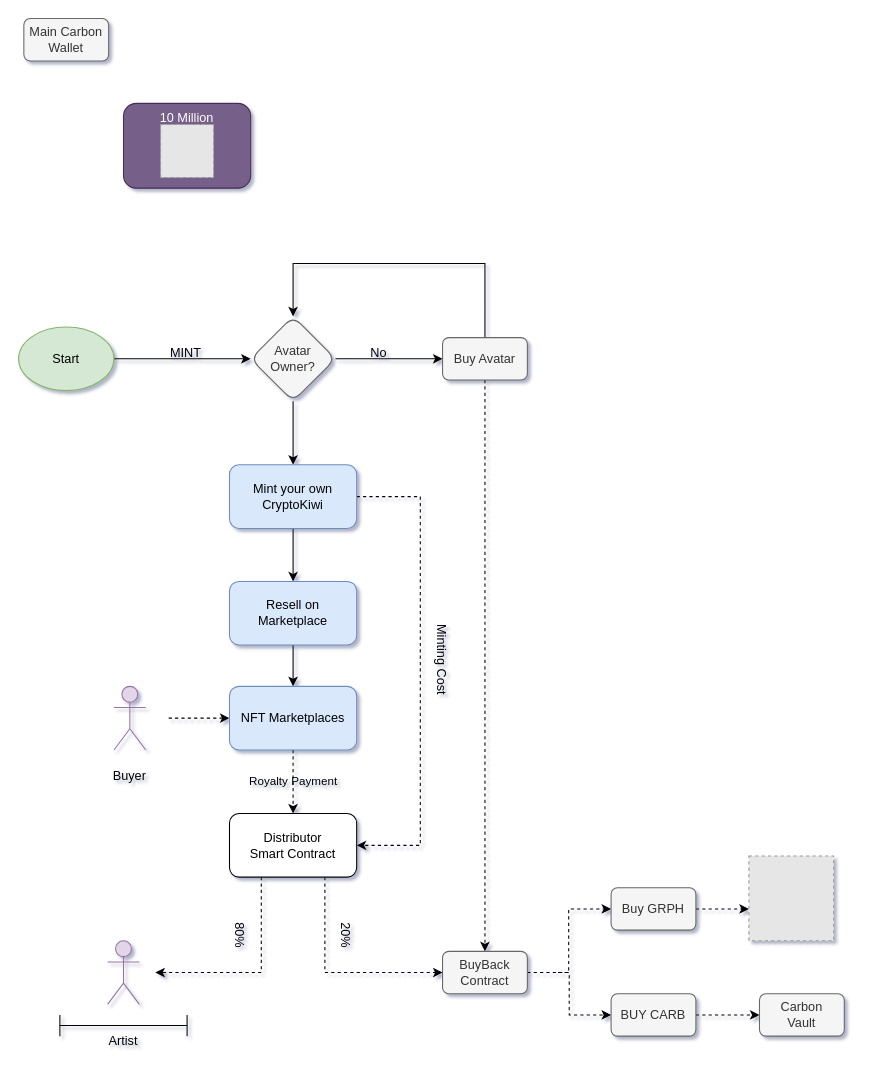
Carbon-Labs/Diagrams keeps this draw.io diagram as Deflation.drawio. Above is the earlier version. Source tidied: cells renumbered, new cells numbered last; positions are measured from the earlier drawing's top-left corner, leaving out a move shared by most shapes. Both pictures are drawn from the tidied source at 106%, with x=0, y=0 at pixel (18, 18). Pictures stored in the file or linked from it are replaced by grey dashed boxes.
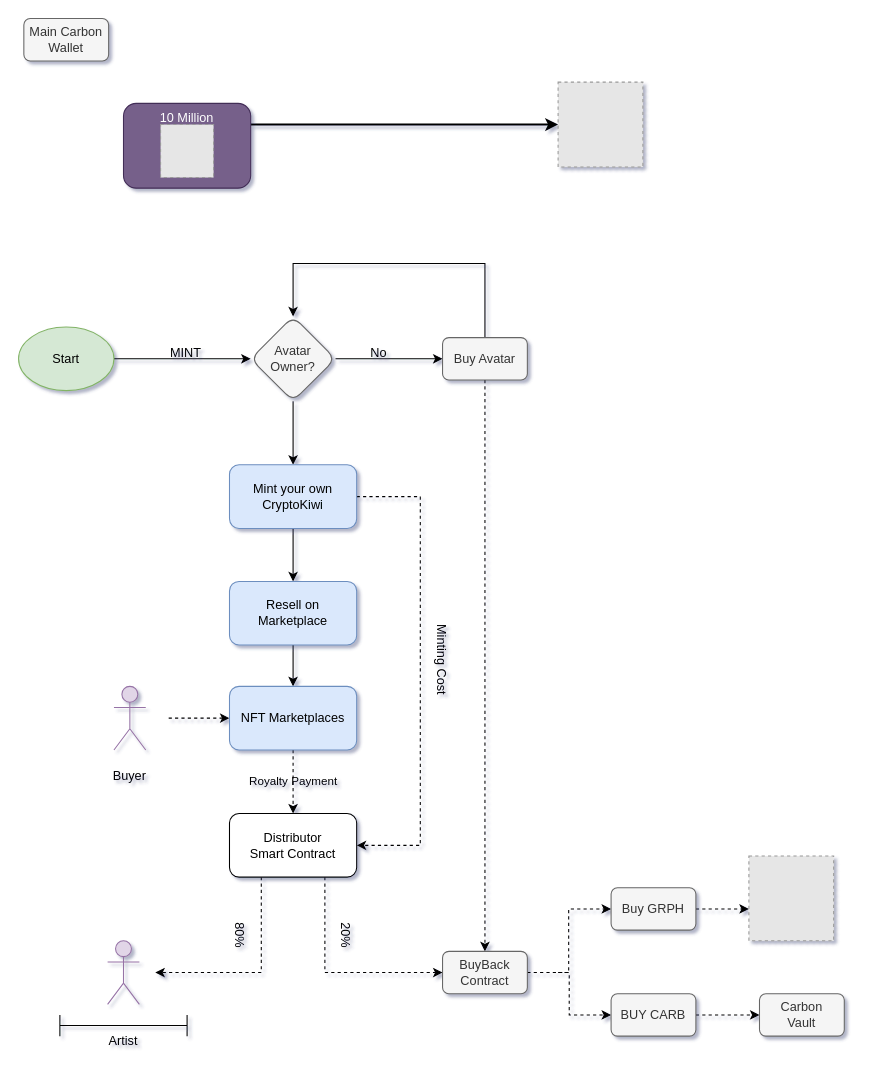
After the change.

Unchanged cells that the change refers to:
```xml
<mxCell id="41" value="10 Million" style="rounded=1;whiteSpace=wrap;html=1;fillColor=#76608a;strokeColor=#432D57;fontColor=#ffffff;verticalAlign=top;" parent="1" vertex="1">
  <mxGeometry x="99" y="80" width="120" height="80" as="geometry" />
</mxCell>
```

Change to the diagram source:
```diff
@@
+    <mxCell id="43" style="edgeStyle=orthogonalEdgeStyle;rounded=0;jettySize=auto;html=1;exitX=1;exitY=0.25;exitDx=0;exitDy=0;strokeWidth=2;" parent="1" edge="1" source="41" target="44">
+      <mxGeometry relative="1" as="geometry" />
+    </mxCell>
@@
+    <mxCell id="44" style="fillColor=#E6E6E6;strokeColor=#999999;dashed=1;html=1;verticalAlign=top;verticalLabelPosition=bottom;labelBackgroundColor=#ffffff;" parent="1" vertex="1">
+      <mxGeometry x="509" y="60" width="80" height="80" as="geometry" />
+    </mxCell>
```
